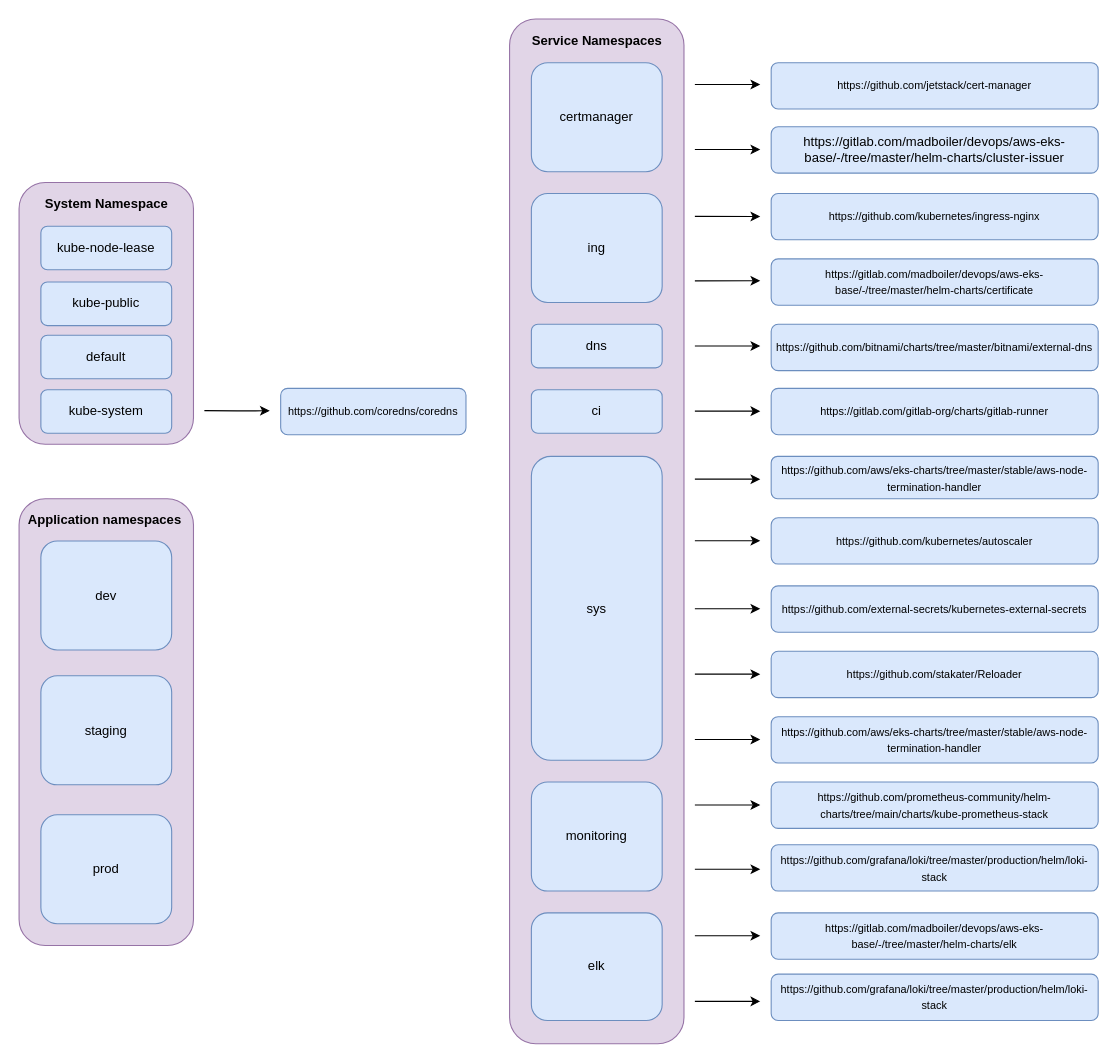
Earlier version of the draw.io diagram page "Namespaces" (2 of 2) of docs/aws-base-diagrams.drawio (maddevsio/aws-eks-base). Source tidied: cells renumbered, new cells numbered last; positions are measured from the earlier drawing's top-left corner, leaving out a move shared by most shapes. Both pictures are drawn from the tidied source at 109%, with x=0, y=0 at pixel (19, 19).
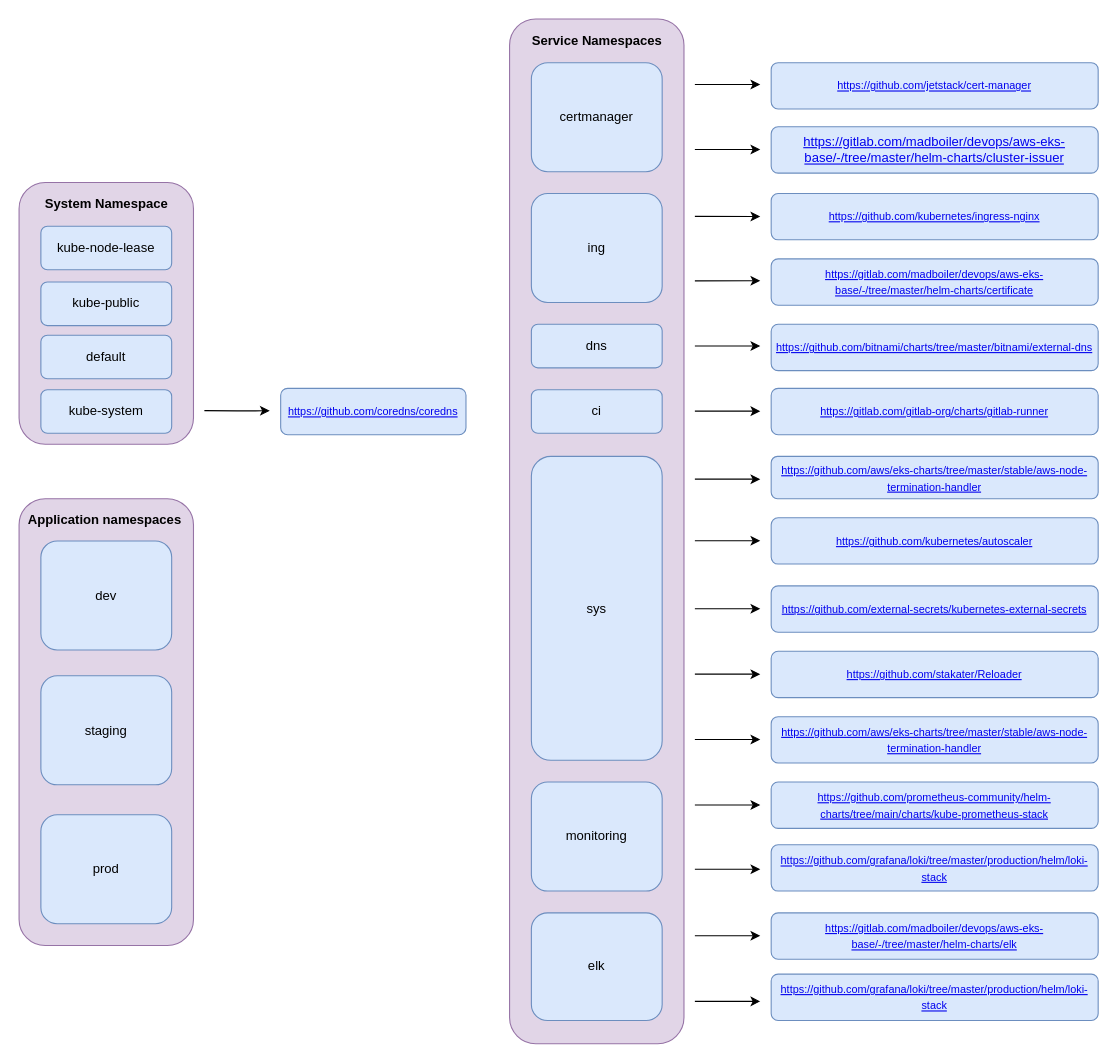
The same page after the edit.

Commit message (it also covers changes not shown here):
#1 added links in diagrams

The edit, as a diff of the source:
```diff
@@
-    <mxCell id="16" value="&lt;span style=&quot;font-size: 10px&quot;&gt;https://github.com/kubernetes/ingress-nginx&lt;/span&gt;" style="rounded=1;whiteSpace=wrap;html=1;strokeColor=#6c8ebf;fillColor=#dae8fc;" parent="1" vertex="1">
+    <mxCell id="16" value="&lt;span style=&quot;font-size: 10px&quot;&gt;&lt;a href=&quot;https://github.com/kubernetes/ingress-nginx&quot;&gt;https://github.com/kubernetes/ingress-nginx&lt;/a&gt;&lt;/span&gt;" style="rounded=1;whiteSpace=wrap;html=1;strokeColor=#6c8ebf;fillColor=#dae8fc;" parent="1" vertex="1">
       <mxGeometry x="690" y="160" width="300" height="42.5" as="geometry" />
     </mxCell>
-    <mxCell id="17" value="&lt;span style=&quot;font-size: 10px&quot;&gt;https://gitlab.com/madboiler/devops/aws-eks-base/-/tree/master/helm-charts/certificate&lt;/span&gt;" style="rounded=1;whiteSpace=wrap;html=1;strokeColor=#6c8ebf;fillColor=#dae8fc;" parent="1" vertex="1">
+    <mxCell id="17" value="&lt;span style=&quot;font-size: 10px&quot;&gt;&lt;a href=&quot;https://gitlab.com/madboiler/devops/aws-eks-base/-/tree/master/helm-charts/certificate&quot;&gt;https://gitlab.com/madboiler/devops/aws-eks-base/-/tree/master/helm-charts/certificate&lt;/a&gt;&lt;/span&gt;" style="rounded=1;whiteSpace=wrap;html=1;strokeColor=#6c8ebf;fillColor=#dae8fc;" parent="1" vertex="1">
       <mxGeometry x="690" y="220" width="300" height="42.5" as="geometry" />
     </mxCell>
-    <mxCell id="18" value="&lt;font style=&quot;font-size: 10px&quot;&gt;https://github.com/stakater/Reloader&lt;/font&gt;" style="rounded=1;whiteSpace=wrap;html=1;strokeColor=#6c8ebf;fillColor=#dae8fc;" parent="1" vertex="1">
+    <mxCell id="18" value="&lt;font style=&quot;font-size: 10px&quot;&gt;&lt;a href=&quot;https://github.com/stakater/Reloader&quot;&gt;https://github.com/stakater/Reloader&lt;/a&gt;&lt;/font&gt;" style="rounded=1;whiteSpace=wrap;html=1;strokeColor=#6c8ebf;fillColor=#dae8fc;" parent="1" vertex="1">
       <mxGeometry x="690" y="580" width="300" height="42.5" as="geometry" />
     </mxCell>
-    <mxCell id="19" value="&lt;font style=&quot;font-size: 10px&quot;&gt;https://github.com/bitnami/charts/tree/master/bitnami/external-dns&lt;/font&gt;" style="rounded=1;whiteSpace=wrap;html=1;strokeColor=#6c8ebf;fillColor=#dae8fc;" parent="1" vertex="1">
+    <mxCell id="19" value="&lt;font style=&quot;font-size: 10px&quot;&gt;&lt;a href=&quot;https://github.com/bitnami/charts/tree/master/bitnami/external-dns&quot;&gt;https://github.com/bitnami/charts/tree/master/bitnami/external-dns&lt;/a&gt;&lt;/font&gt;" style="rounded=1;whiteSpace=wrap;html=1;strokeColor=#6c8ebf;fillColor=#dae8fc;" parent="1" vertex="1">
       <mxGeometry x="690" y="280" width="300" height="42.5" as="geometry" />
     </mxCell>
@@
-    <mxCell id="22" value="&lt;font style=&quot;font-size: 10px&quot;&gt;https://github.com/prometheus-community/helm-charts/tree/main/charts/kube-prometheus-stack&lt;/font&gt;" style="rounded=1;whiteSpace=wrap;html=1;strokeColor=#6c8ebf;fillColor=#dae8fc;" parent="1" vertex="1">
+    <mxCell id="22" value="&lt;font style=&quot;font-size: 10px&quot;&gt;&lt;a href=&quot;https://github.com/prometheus-community/helm-charts/tree/main/charts/kube-prometheus-stack&quot;&gt;https://github.com/prometheus-community/helm-charts/tree/main/charts/kube-prometheus-stack&lt;/a&gt;&lt;/font&gt;" style="rounded=1;whiteSpace=wrap;html=1;strokeColor=#6c8ebf;fillColor=#dae8fc;" parent="1" vertex="1">
       <mxGeometry x="690" y="700" width="300" height="42.5" as="geometry" />
     </mxCell>
@@
-    <mxCell id="30" value="&lt;font style=&quot;font-size: 10px&quot;&gt;https://github.com/aws/eks-charts/tree/master/stable/aws-node-termination-handler&lt;/font&gt;" style="rounded=1;whiteSpace=wrap;html=1;strokeColor=#6c8ebf;fillColor=#dae8fc;" parent="1" vertex="1">
+    <mxCell id="30" value="&lt;font style=&quot;font-size: 10px&quot;&gt;&lt;a href=&quot;https://github.com/aws/eks-charts/tree/master/stable/aws-node-termination-handler&quot;&gt;https://github.com/aws/eks-charts/tree/master/stable/aws-node-termination-handler&lt;/a&gt;&lt;/font&gt;" style="rounded=1;whiteSpace=wrap;html=1;strokeColor=#6c8ebf;fillColor=#dae8fc;" parent="1" vertex="1">
       <mxGeometry x="690" y="401.2" width="300" height="38.8" as="geometry" />
     </mxCell>
-    <mxCell id="31" value="&lt;font style=&quot;font-size: 10px&quot;&gt;https://github.com/kubernetes/autoscaler&lt;/font&gt;" style="rounded=1;whiteSpace=wrap;html=1;strokeColor=#6c8ebf;fillColor=#dae8fc;" parent="1" vertex="1">
+    <mxCell id="31" value="&lt;font style=&quot;font-size: 10px&quot;&gt;&lt;a href=&quot;https://github.com/kubernetes/autoscaler&quot;&gt;https://github.com/kubernetes/autoscaler&lt;/a&gt;&lt;/font&gt;" style="rounded=1;whiteSpace=wrap;html=1;strokeColor=#6c8ebf;fillColor=#dae8fc;" parent="1" vertex="1">
       <mxGeometry x="690" y="457.5" width="300" height="42.5" as="geometry" />
     </mxCell>
-    <mxCell id="32" value="&lt;font style=&quot;font-size: 10px&quot;&gt;https://github.com/external-secrets/kubernetes-external-secrets&lt;/font&gt;" style="rounded=1;whiteSpace=wrap;html=1;strokeColor=#6c8ebf;fillColor=#dae8fc;" parent="1" vertex="1">
+    <mxCell id="32" value="&lt;font style=&quot;font-size: 10px&quot;&gt;&lt;a href=&quot;https://github.com/external-secrets/kubernetes-external-secrets&quot;&gt;https://github.com/external-secrets/kubernetes-external-secrets&lt;/a&gt;&lt;/font&gt;" style="rounded=1;whiteSpace=wrap;html=1;strokeColor=#6c8ebf;fillColor=#dae8fc;" parent="1" vertex="1">
       <mxGeometry x="690" y="520" width="300" height="42.5" as="geometry" />
     </mxCell>
@@
-    <mxCell id="37" value="&lt;font style=&quot;font-size: 10px&quot;&gt;https://github.com/coredns/coredns&lt;/font&gt;" style="rounded=1;whiteSpace=wrap;html=1;strokeColor=#6c8ebf;fillColor=#dae8fc;" parent="1" vertex="1">
+    <mxCell id="37" value="&lt;font style=&quot;font-size: 10px&quot;&gt;&lt;a href=&quot;https://github.com/coredns/coredns&quot;&gt;https://github.com/coredns/coredns&lt;/a&gt;&lt;/font&gt;" style="rounded=1;whiteSpace=wrap;html=1;strokeColor=#6c8ebf;fillColor=#dae8fc;" parent="1" vertex="1">
       <mxGeometry x="240" y="338.8" width="170" height="42.5" as="geometry" />
     </mxCell>
@@
-    <mxCell id="39" value="&lt;span style=&quot;font-size: 10px&quot;&gt;https://gitlab.com/gitlab-org/charts/gitlab-runner&lt;/span&gt;" style="rounded=1;whiteSpace=wrap;html=1;strokeColor=#6c8ebf;fillColor=#dae8fc;" parent="1" vertex="1">
+    <mxCell id="39" value="&lt;span style=&quot;font-size: 10px&quot;&gt;&lt;a href=&quot;https://gitlab.com/gitlab-org/charts/gitlab-runner&quot;&gt;https://gitlab.com/gitlab-org/charts/gitlab-runner&lt;/a&gt;&lt;/span&gt;" style="rounded=1;whiteSpace=wrap;html=1;strokeColor=#6c8ebf;fillColor=#dae8fc;" parent="1" vertex="1">
       <mxGeometry x="690" y="338.8" width="300" height="42.5" as="geometry" />
     </mxCell>
-    <mxCell id="40" value="&lt;span&gt;&lt;font style=&quot;font-size: 10px&quot;&gt;https://github.com/aws/eks-charts/tree/master/stable/aws-node-termination-handler&lt;/font&gt;&lt;/span&gt;" style="rounded=1;whiteSpace=wrap;html=1;strokeColor=#6c8ebf;fillColor=#dae8fc;" parent="1" vertex="1">
+    <mxCell id="40" value="&lt;span&gt;&lt;font style=&quot;font-size: 10px&quot;&gt;&lt;a href=&quot;https://github.com/aws/eks-charts/tree/master/stable/aws-node-termination-handler&quot;&gt;https://github.com/aws/eks-charts/tree/master/stable/aws-node-termination-handler&lt;/a&gt;&lt;/font&gt;&lt;/span&gt;" style="rounded=1;whiteSpace=wrap;html=1;strokeColor=#6c8ebf;fillColor=#dae8fc;" parent="1" vertex="1">
       <mxGeometry x="690" y="640" width="300" height="42.5" as="geometry" />
     </mxCell>
@@
-    <mxCell id="42" value="&lt;span style=&quot;font-size: 10px&quot;&gt;https://github.com/grafana/loki/tree/master/production/helm/loki-stack&lt;/span&gt;" style="rounded=1;whiteSpace=wrap;html=1;strokeColor=#6c8ebf;fillColor=#dae8fc;" parent="1" vertex="1">
+    <mxCell id="42" value="&lt;span style=&quot;font-size: 10px&quot;&gt;&lt;a href=&quot;https://github.com/grafana/loki/tree/master/production/helm/loki-stack&quot;&gt;https://github.com/grafana/loki/tree/master/production/helm/loki-stack&lt;/a&gt;&lt;/span&gt;" style="rounded=1;whiteSpace=wrap;html=1;strokeColor=#6c8ebf;fillColor=#dae8fc;" parent="1" vertex="1">
       <mxGeometry x="690" y="757.5" width="300" height="42.5" as="geometry" />
     </mxCell>
@@
-    <mxCell id="45" value="&lt;span style=&quot;font-size: 10px&quot;&gt;https://gitlab.com/madboiler/devops/aws-eks-base/-/tree/master/helm-charts/elk&lt;/span&gt;" style="rounded=1;whiteSpace=wrap;html=1;strokeColor=#6c8ebf;fillColor=#dae8fc;" parent="1" vertex="1">
+    <mxCell id="45" value="&lt;span style=&quot;font-size: 10px&quot;&gt;&lt;a href=&quot;https://gitlab.com/madboiler/devops/aws-eks-base/-/tree/master/helm-charts/elk&quot;&gt;https://gitlab.com/madboiler/devops/aws-eks-base/-/tree/master/helm-charts/elk&lt;/a&gt;&lt;/span&gt;" style="rounded=1;whiteSpace=wrap;html=1;strokeColor=#6c8ebf;fillColor=#dae8fc;" parent="1" vertex="1">
       <mxGeometry x="690" y="820" width="300" height="42.5" as="geometry" />
     </mxCell>
@@
-    <mxCell id="47" value="&lt;span style=&quot;font-size: 10px&quot;&gt;https://github.com/grafana/loki/tree/master/production/helm/loki-stack&lt;/span&gt;" style="rounded=1;whiteSpace=wrap;html=1;strokeColor=#6c8ebf;fillColor=#dae8fc;" parent="1" vertex="1">
+    <mxCell id="47" value="&lt;span style=&quot;font-size: 10px&quot;&gt;&lt;a href=&quot;https://github.com/grafana/loki/tree/master/production/helm/loki-stack&quot;&gt;https://github.com/grafana/loki/tree/master/production/helm/loki-stack&lt;/a&gt;&lt;/span&gt;" style="rounded=1;whiteSpace=wrap;html=1;strokeColor=#6c8ebf;fillColor=#dae8fc;" parent="1" vertex="1">
       <mxGeometry x="690" y="876.2" width="300" height="42.5" as="geometry" />
     </mxCell>
@@
-    <mxCell id="49" value="https://gitlab.com/madboiler/devops/aws-eks-base/-/tree/master/helm-charts/cluster-issuer" style="rounded=1;whiteSpace=wrap;html=1;strokeColor=#6c8ebf;fillColor=#dae8fc;" parent="1" vertex="1">
+    <mxCell id="49" value="&lt;a href=&quot;https://gitlab.com/madboiler/devops/aws-eks-base/-/tree/master/helm-charts/cluster-issuer&quot;&gt;https://gitlab.com/madboiler/devops/aws-eks-base/-/tree/master/helm-charts/cluster-issuer&lt;/a&gt;" style="rounded=1;whiteSpace=wrap;html=1;strokeColor=#6c8ebf;fillColor=#dae8fc;" parent="1" vertex="1">
       <mxGeometry x="690" y="98.8" width="300" height="42.5" as="geometry" />
     </mxCell>
-    <mxCell id="50" value="&lt;font style=&quot;font-size: 10px&quot;&gt;https://github.com/jetstack/cert-manager&lt;/font&gt;" style="rounded=1;whiteSpace=wrap;html=1;strokeColor=#6c8ebf;fillColor=#dae8fc;" parent="1" vertex="1">
+    <mxCell id="50" value="&lt;font style=&quot;font-size: 10px&quot;&gt;&lt;a href=&quot;https://github.com/jetstack/cert-manager&quot;&gt;https://github.com/jetstack/cert-manager&lt;/a&gt;&lt;/font&gt;" style="rounded=1;whiteSpace=wrap;html=1;strokeColor=#6c8ebf;fillColor=#dae8fc;" parent="1" vertex="1">
       <mxGeometry x="690" y="40" width="300" height="42.5" as="geometry" />
     </mxCell>
```
